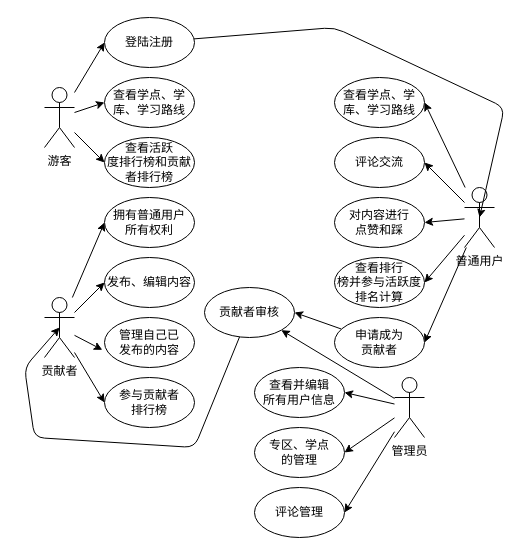
This is page "第 1 页" (1 of 12) of a.dio from z-juln/it-community, a draw.io file, before an edit. Source tidied: cells renumbered, new cells numbered last; positions are measured from the earlier drawing's top-left corner, leaving out a move shared by most shapes. Both pictures are drawn from the tidied source at 100%, with x=0, y=0 at pixel (24, 17).
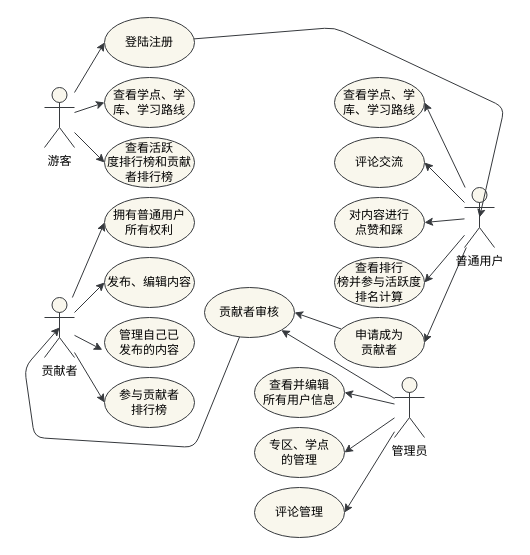
The same diagram, later.

Diff of the diagram source:
```diff
@@
-<mxGraphModel>
+<mxGraphModel background="#FFFFFF">
@@
-    <mxCell id="2" style="edgeStyle=none;html=1;entryX=0;entryY=0.5;entryDx=0;entryDy=0;" parent="1" edge="1" source="5" target="22">
+    <mxCell id="2" style="edgeStyle=none;html=1;entryX=0;entryY=0.5;entryDx=0;entryDy=0;fontColor=#000000;fillColor=#f9f7ed;strokeColor=#36393d;" parent="1" edge="1" source="5" target="22">
       <mxGeometry relative="1" as="geometry" />
     </mxCell>
-    <mxCell id="3" style="edgeStyle=none;html=1;entryX=0;entryY=0.5;entryDx=0;entryDy=0;" parent="1" edge="1" source="5" target="23">
+    <mxCell id="3" style="edgeStyle=none;html=1;entryX=0;entryY=0.5;entryDx=0;entryDy=0;fontColor=#000000;fillColor=#f9f7ed;strokeColor=#36393d;" parent="1" edge="1" source="5" target="23">
       <mxGeometry relative="1" as="geometry" />
     </mxCell>
-    <mxCell id="4" style="edgeStyle=none;html=1;entryX=0;entryY=0.5;entryDx=0;entryDy=0;" parent="1" edge="1" source="5" target="34">
+    <mxCell id="4" style="edgeStyle=none;html=1;entryX=0;entryY=0.5;entryDx=0;entryDy=0;fontColor=#000000;fillColor=#f9f7ed;strokeColor=#36393d;" parent="1" edge="1" source="5" target="34">
       <mxGeometry relative="1" as="geometry" />
     </mxCell>
-    <mxCell id="5" value="游客" style="shape=umlActor;verticalLabelPosition=bottom;verticalAlign=top;html=1;outlineConnect=0;" parent="1" vertex="1">
+    <mxCell id="5" value="游客" style="shape=umlActor;verticalLabelPosition=bottom;verticalAlign=top;html=1;outlineConnect=0;fillColor=#f9f7ed;strokeColor=#36393d;fontColor=#000000;" parent="1" vertex="1">
       <mxGeometry x="20" y="70" width="30" height="60" as="geometry" />
     </mxCell>
-    <mxCell id="6" style="edgeStyle=none;html=1;entryX=1;entryY=0.5;entryDx=0;entryDy=0;" parent="1" edge="1" source="11" target="25">
+    <mxCell id="6" style="edgeStyle=none;html=1;entryX=1;entryY=0.5;entryDx=0;entryDy=0;fontColor=#000000;fillColor=#f9f7ed;strokeColor=#36393d;" parent="1" edge="1" source="11" target="25">
       <mxGeometry relative="1" as="geometry" />
     </mxCell>
-    <mxCell id="7" style="edgeStyle=none;html=1;entryX=1;entryY=0.5;entryDx=0;entryDy=0;" parent="1" edge="1" source="11" target="26">
+    <mxCell id="7" style="edgeStyle=none;html=1;entryX=1;entryY=0.5;entryDx=0;entryDy=0;fontColor=#000000;fillColor=#f9f7ed;strokeColor=#36393d;" parent="1" edge="1" source="11" target="26">
       <mxGeometry relative="1" as="geometry" />
     </mxCell>
-    <mxCell id="8" style="edgeStyle=none;html=1;entryX=1;entryY=0.5;entryDx=0;entryDy=0;" parent="1" edge="1" source="11" target="27">
+    <mxCell id="8" style="edgeStyle=none;html=1;entryX=1;entryY=0.5;entryDx=0;entryDy=0;fontColor=#000000;fillColor=#f9f7ed;strokeColor=#36393d;" parent="1" edge="1" source="11" target="27">
       <mxGeometry relative="1" as="geometry" />
     </mxCell>
-    <mxCell id="9" style="edgeStyle=none;html=1;entryX=1;entryY=0.5;entryDx=0;entryDy=0;" parent="1" edge="1" source="11" target="24">
+    <mxCell id="9" style="edgeStyle=none;html=1;entryX=1;entryY=0.5;entryDx=0;entryDy=0;fontColor=#000000;fillColor=#f9f7ed;strokeColor=#36393d;" parent="1" edge="1" source="11" target="24">
       <mxGeometry relative="1" as="geometry" />
     </mxCell>
-    <mxCell id="10" style="edgeStyle=none;html=1;entryX=1;entryY=0.5;entryDx=0;entryDy=0;" parent="1" edge="1" source="11" target="29">
+    <mxCell id="10" style="edgeStyle=none;html=1;entryX=1;entryY=0.5;entryDx=0;entryDy=0;fontColor=#000000;fillColor=#f9f7ed;strokeColor=#36393d;" parent="1" edge="1" source="11" target="29">
       <mxGeometry relative="1" as="geometry" />
     </mxCell>
-    <mxCell id="11" value="普通用户" style="shape=umlActor;verticalLabelPosition=bottom;verticalAlign=top;html=1;outlineConnect=0;" parent="1" vertex="1">
+    <mxCell id="11" value="普通用户" style="shape=umlActor;verticalLabelPosition=bottom;verticalAlign=top;html=1;outlineConnect=0;fillColor=#f9f7ed;strokeColor=#36393d;fontColor=#000000;" parent="1" vertex="1">
       <mxGeometry x="440" y="170" width="30" height="60" as="geometry" />
     </mxCell>
-    <mxCell id="12" style="edgeStyle=none;html=1;entryX=0;entryY=0.5;entryDx=0;entryDy=0;" parent="1" edge="1" source="16" target="32">
+    <mxCell id="12" style="edgeStyle=none;html=1;entryX=0;entryY=0.5;entryDx=0;entryDy=0;fontColor=#000000;fillColor=#f9f7ed;strokeColor=#36393d;" parent="1" edge="1" source="16" target="32">
       <mxGeometry relative="1" as="geometry" />
     </mxCell>
-    <mxCell id="13" style="edgeStyle=none;html=1;entryX=0;entryY=0.5;entryDx=0;entryDy=0;" parent="1" edge="1" source="16" target="35">
+    <mxCell id="13" style="edgeStyle=none;html=1;entryX=0;entryY=0.5;entryDx=0;entryDy=0;fontColor=#000000;fillColor=#f9f7ed;strokeColor=#36393d;" parent="1" edge="1" source="16" target="35">
       <mxGeometry relative="1" as="geometry" />
     </mxCell>
-    <mxCell id="14" style="edgeStyle=none;html=1;entryX=-0.024;entryY=0.647;entryDx=0;entryDy=0;entryPerimeter=0;" parent="1" edge="1" source="16" target="36">
+    <mxCell id="14" style="edgeStyle=none;html=1;entryX=-0.024;entryY=0.647;entryDx=0;entryDy=0;entryPerimeter=0;fontColor=#000000;fillColor=#f9f7ed;strokeColor=#36393d;" parent="1" edge="1" source="16" target="36">
       <mxGeometry relative="1" as="geometry" />
     </mxCell>
-    <mxCell id="15" style="edgeStyle=none;html=1;entryX=0;entryY=0.5;entryDx=0;entryDy=0;" parent="1" edge="1" source="16" target="37">
+    <mxCell id="15" style="edgeStyle=none;html=1;entryX=0;entryY=0.5;entryDx=0;entryDy=0;fontColor=#000000;fillColor=#f9f7ed;strokeColor=#36393d;" parent="1" edge="1" source="16" target="37">
       <mxGeometry relative="1" as="geometry" />
     </mxCell>
-    <mxCell id="16" value="贡献者" style="shape=umlActor;verticalLabelPosition=bottom;verticalAlign=top;html=1;outlineConnect=0;" parent="1" vertex="1">
+    <mxCell id="16" value="贡献者" style="shape=umlActor;verticalLabelPosition=bottom;verticalAlign=top;html=1;outlineConnect=0;fillColor=#f9f7ed;strokeColor=#36393d;fontColor=#000000;" parent="1" vertex="1">
       <mxGeometry x="20" y="280" width="30" height="60" as="geometry" />
     </mxCell>
-    <mxCell id="17" style="edgeStyle=none;html=1;entryX=1;entryY=1;entryDx=0;entryDy=0;" parent="1" edge="1" source="21" target="31">
+    <mxCell id="17" style="edgeStyle=none;html=1;entryX=1;entryY=1;entryDx=0;entryDy=0;fontColor=#000000;fillColor=#f9f7ed;strokeColor=#36393d;" parent="1" edge="1" source="21" target="31">
       <mxGeometry relative="1" as="geometry" />
     </mxCell>
-    <mxCell id="18" style="edgeStyle=none;html=1;entryX=1;entryY=0.5;entryDx=0;entryDy=0;" parent="1" edge="1" source="21" target="38">
+    <mxCell id="18" style="edgeStyle=none;html=1;entryX=1;entryY=0.5;entryDx=0;entryDy=0;fontColor=#000000;fillColor=#f9f7ed;strokeColor=#36393d;" parent="1" edge="1" source="21" target="38">
       <mxGeometry relative="1" as="geometry" />
     </mxCell>
-    <mxCell id="19" style="edgeStyle=none;html=1;entryX=1;entryY=0.5;entryDx=0;entryDy=0;" parent="1" edge="1" source="21" target="39">
+    <mxCell id="19" style="edgeStyle=none;html=1;entryX=1;entryY=0.5;entryDx=0;entryDy=0;fontColor=#000000;fillColor=#f9f7ed;strokeColor=#36393d;" parent="1" edge="1" source="21" target="39">
       <mxGeometry relative="1" as="geometry" />
     </mxCell>
-    <mxCell id="20" style="edgeStyle=none;html=1;entryX=1;entryY=0.5;entryDx=0;entryDy=0;" parent="1" edge="1" source="21" target="40">
+    <mxCell id="20" style="edgeStyle=none;html=1;entryX=1;entryY=0.5;entryDx=0;entryDy=0;fontColor=#000000;fillColor=#f9f7ed;strokeColor=#36393d;" parent="1" edge="1" source="21" target="40">
       <mxGeometry relative="1" as="geometry" />
     </mxCell>
-    <mxCell id="21" value="管理员" style="shape=umlActor;verticalLabelPosition=bottom;verticalAlign=top;html=1;outlineConnect=0;" parent="1" vertex="1">
+    <mxCell id="21" value="管理员" style="shape=umlActor;verticalLabelPosition=bottom;verticalAlign=top;html=1;outlineConnect=0;fillColor=#f9f7ed;strokeColor=#36393d;" parent="1" vertex="1">
       <mxGeometry x="370" y="360" width="30" height="60" as="geometry" />
     </mxCell>
-    <mxCell id="22" value="查看学点、学&lt;br&gt;库、学习路线" style="ellipse;whiteSpace=wrap;html=1;" parent="1" vertex="1">
+    <mxCell id="22" value="查看学点、学&lt;br&gt;库、学习路线" style="ellipse;whiteSpace=wrap;html=1;fillColor=#f9f7ed;strokeColor=#36393d;fontColor=#000000;" parent="1" vertex="1">
       <mxGeometry x="80" y="60" width="90" height="50" as="geometry" />
     </mxCell>
-    <mxCell id="23" value="查看活跃&lt;br&gt;度排行榜和贡献者排行榜" style="ellipse;whiteSpace=wrap;html=1;" parent="1" vertex="1">
+    <mxCell id="23" value="查看活跃&lt;br&gt;度排行榜和贡献者排行榜" style="ellipse;whiteSpace=wrap;html=1;fillColor=#f9f7ed;strokeColor=#36393d;fontColor=#000000;" parent="1" vertex="1">
       <mxGeometry x="80" y="120" width="90" height="50" as="geometry" />
     </mxCell>
-    <mxCell id="24" value="查看学点、学&lt;br&gt;库、学习路线" style="ellipse;whiteSpace=wrap;html=1;" parent="1" vertex="1">
+    <mxCell id="24" value="查看学点、学&lt;br&gt;库、学习路线" style="ellipse;whiteSpace=wrap;html=1;fillColor=#f9f7ed;strokeColor=#36393d;fontColor=#000000;" parent="1" vertex="1">
       <mxGeometry x="310" y="60" width="90" height="50" as="geometry" />
     </mxCell>
-    <mxCell id="25" value="查看排行&lt;br&gt;榜并参与活跃度排名计算" style="ellipse;whiteSpace=wrap;html=1;" parent="1" vertex="1">
+    <mxCell id="25" value="查看排行&lt;br&gt;榜并参与活跃度排名计算" style="ellipse;whiteSpace=wrap;html=1;fillColor=#f9f7ed;strokeColor=#36393d;fontColor=#000000;" parent="1" vertex="1">
       <mxGeometry x="310" y="240" width="90" height="50" as="geometry" />
     </mxCell>
-    <mxCell id="26" value="评论交流" style="ellipse;whiteSpace=wrap;html=1;" parent="1" vertex="1">
+    <mxCell id="26" value="评论交流" style="ellipse;whiteSpace=wrap;html=1;fillColor=#f9f7ed;strokeColor=#36393d;fontColor=#000000;" parent="1" vertex="1">
       <mxGeometry x="310" y="120" width="90" height="50" as="geometry" />
     </mxCell>
-    <mxCell id="27" value="对内容进行&lt;br&gt;点赞和踩" style="ellipse;whiteSpace=wrap;html=1;" parent="1" vertex="1">
+    <mxCell id="27" value="对内容进行&lt;br&gt;点赞和踩" style="ellipse;whiteSpace=wrap;html=1;fillColor=#f9f7ed;strokeColor=#36393d;fontColor=#000000;" parent="1" vertex="1">
       <mxGeometry x="310" y="180" width="90" height="50" as="geometry" />
     </mxCell>
-    <mxCell id="28" style="edgeStyle=none;html=1;entryX=1;entryY=0.5;entryDx=0;entryDy=0;" parent="1" edge="1" source="29" target="31">
+    <mxCell id="28" style="edgeStyle=none;html=1;entryX=1;entryY=0.5;entryDx=0;entryDy=0;fontColor=#000000;fillColor=#f9f7ed;strokeColor=#36393d;" parent="1" edge="1" source="29" target="31">
       <mxGeometry relative="1" as="geometry" />
     </mxCell>
-    <mxCell id="29" value="申请成为&lt;br&gt;贡献者" style="ellipse;whiteSpace=wrap;html=1;" parent="1" vertex="1">
+    <mxCell id="29" value="申请成为&lt;br&gt;贡献者" style="ellipse;whiteSpace=wrap;html=1;fillColor=#f9f7ed;strokeColor=#36393d;fontColor=#000000;" parent="1" vertex="1">
       <mxGeometry x="310" y="300" width="90" height="50" as="geometry" />
     </mxCell>
-    <mxCell id="30" style="edgeStyle=none;html=1;entryX=0.5;entryY=0.5;entryDx=0;entryDy=0;entryPerimeter=0;" parent="1" edge="1" source="31" target="16">
+    <mxCell id="30" style="edgeStyle=none;html=1;entryX=0.5;entryY=0.5;entryDx=0;entryDy=0;entryPerimeter=0;fontColor=#000000;fillColor=#f9f7ed;strokeColor=#36393d;" parent="1" edge="1" source="31" target="16">
       <mxGeometry relative="1" as="geometry">
         <Array as="points">
           <mxPoint x="170" y="430" />
           <mxPoint x="10" y="420" />
           <mxPoint y="350" />
         </Array>
       </mxGeometry>
     </mxCell>
-    <mxCell id="31" value="贡献者审核" style="ellipse;whiteSpace=wrap;html=1;" parent="1" vertex="1">
+    <mxCell id="31" value="贡献者审核" style="ellipse;whiteSpace=wrap;html=1;fillColor=#f9f7ed;strokeColor=#36393d;fontColor=#000000;" parent="1" vertex="1">
       <mxGeometry x="180" y="270" width="90" height="50" as="geometry" />
     </mxCell>
-    <mxCell id="32" value="发布、编辑内容" style="ellipse;whiteSpace=wrap;html=1;" parent="1" vertex="1">
+    <mxCell id="32" value="发布、编辑内容" style="ellipse;whiteSpace=wrap;html=1;fillColor=#f9f7ed;strokeColor=#36393d;fontColor=#000000;" parent="1" vertex="1">
       <mxGeometry x="80" y="240" width="90" height="50" as="geometry" />
     </mxCell>
-    <mxCell id="33" style="edgeStyle=none;html=1;entryX=0.5;entryY=0.5;entryDx=0;entryDy=0;entryPerimeter=0;" parent="1" edge="1" source="34" target="11">
+    <mxCell id="33" style="edgeStyle=none;html=1;entryX=0.5;entryY=0.5;entryDx=0;entryDy=0;entryPerimeter=0;fontColor=#000000;fillColor=#f9f7ed;strokeColor=#36393d;" parent="1" edge="1" source="34" target="11">
       <mxGeometry relative="1" as="geometry">
         <Array as="points">
           <mxPoint x="310" y="10" />
           <mxPoint x="480" y="90" />
         </Array>
       </mxGeometry>
     </mxCell>
-    <mxCell id="34" value="登陆注册" style="ellipse;whiteSpace=wrap;html=1;" parent="1" vertex="1">
+    <mxCell id="34" value="登陆注册" style="ellipse;whiteSpace=wrap;html=1;fillColor=#f9f7ed;strokeColor=#36393d;fontColor=#000000;" parent="1" vertex="1">
       <mxGeometry x="80" width="90" height="50" as="geometry" />
     </mxCell>
-    <mxCell id="35" value="拥有普通用户&lt;br&gt;所有权利" style="ellipse;whiteSpace=wrap;html=1;" parent="1" vertex="1">
+    <mxCell id="35" value="拥有普通用户&lt;br&gt;所有权利" style="ellipse;whiteSpace=wrap;html=1;fillColor=#f9f7ed;strokeColor=#36393d;fontColor=#000000;" parent="1" vertex="1">
       <mxGeometry x="80" y="180" width="90" height="50" as="geometry" />
     </mxCell>
-    <mxCell id="36" value="管理自己已&lt;br&gt;发布的内容" style="ellipse;whiteSpace=wrap;html=1;" parent="1" vertex="1">
+    <mxCell id="36" value="管理自己已&lt;br&gt;发布的内容" style="ellipse;whiteSpace=wrap;html=1;fillColor=#f9f7ed;strokeColor=#36393d;fontColor=#000000;" parent="1" vertex="1">
       <mxGeometry x="80" y="300" width="90" height="50" as="geometry" />
     </mxCell>
-    <mxCell id="37" value="参与贡献者&lt;br&gt;排行榜" style="ellipse;whiteSpace=wrap;html=1;" parent="1" vertex="1">
+    <mxCell id="37" value="参与贡献者&lt;br&gt;排行榜" style="ellipse;whiteSpace=wrap;html=1;fillColor=#f9f7ed;strokeColor=#36393d;fontColor=#000000;" parent="1" vertex="1">
       <mxGeometry x="80" y="360" width="90" height="50" as="geometry" />
     </mxCell>
-    <mxCell id="38" value="查看并编辑&lt;br&gt;所有用户信息" style="ellipse;whiteSpace=wrap;html=1;" parent="1" vertex="1">
+    <mxCell id="38" value="查看并编辑&lt;br&gt;所有用户信息" style="ellipse;whiteSpace=wrap;html=1;fillColor=#f9f7ed;strokeColor=#36393d;fontColor=#000000;" parent="1" vertex="1">
       <mxGeometry x="230" y="350" width="90" height="50" as="geometry" />
     </mxCell>
-    <mxCell id="39" value="专区、学点&lt;br&gt;的管理" style="ellipse;whiteSpace=wrap;html=1;" parent="1" vertex="1">
+    <mxCell id="39" value="专区、学点&lt;br&gt;的管理" style="ellipse;whiteSpace=wrap;html=1;fillColor=#f9f7ed;strokeColor=#36393d;fontColor=#000000;" parent="1" vertex="1">
       <mxGeometry x="230" y="410" width="90" height="50" as="geometry" />
     </mxCell>
-    <mxCell id="40" value="评论管理" style="ellipse;whiteSpace=wrap;html=1;" parent="1" vertex="1">
+    <mxCell id="40" value="评论管理" style="ellipse;whiteSpace=wrap;html=1;fillColor=#f9f7ed;strokeColor=#36393d;fontColor=#000000;" parent="1" vertex="1">
       <mxGeometry x="230" y="470" width="90" height="50" as="geometry" />
     </mxCell>
```
